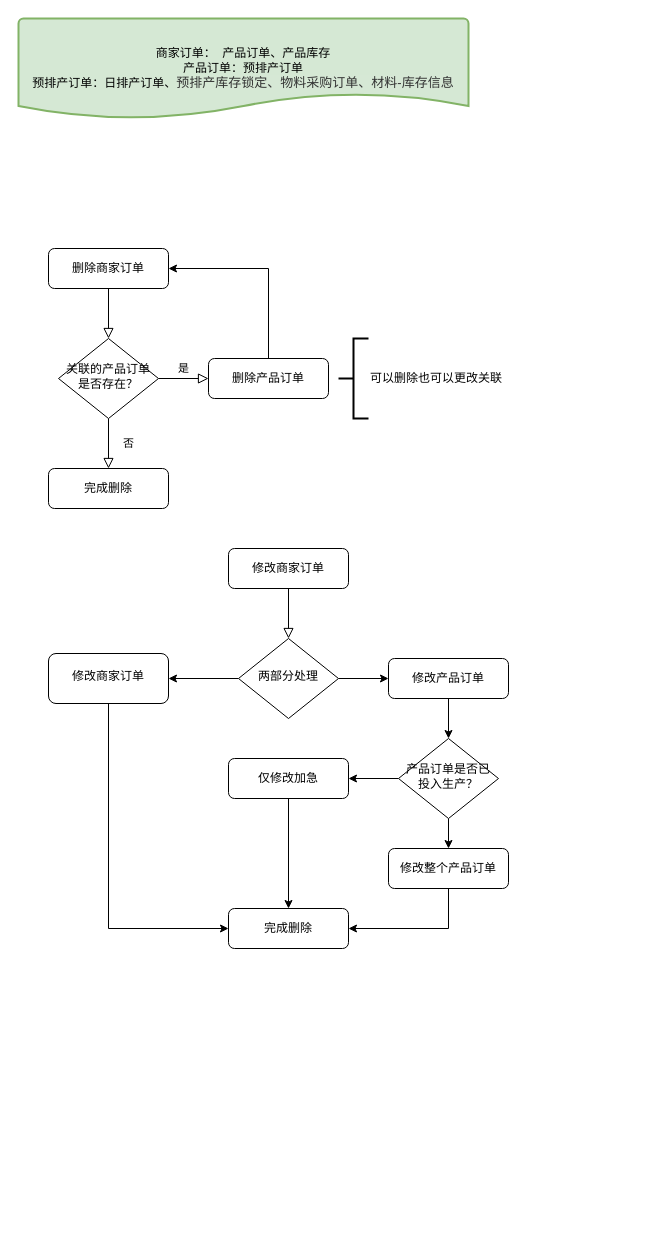
This is img/流程图.drawio from OldQi/first_rpo, a draw.io file, before an edit. Source tidied: cells renumbered, new cells numbered last; positions are measured from the earlier drawing's top-left corner, leaving out a move shared by most shapes. Both pictures are drawn from the tidied source at 100%, with x=0, y=0 at pixel (18, 18).
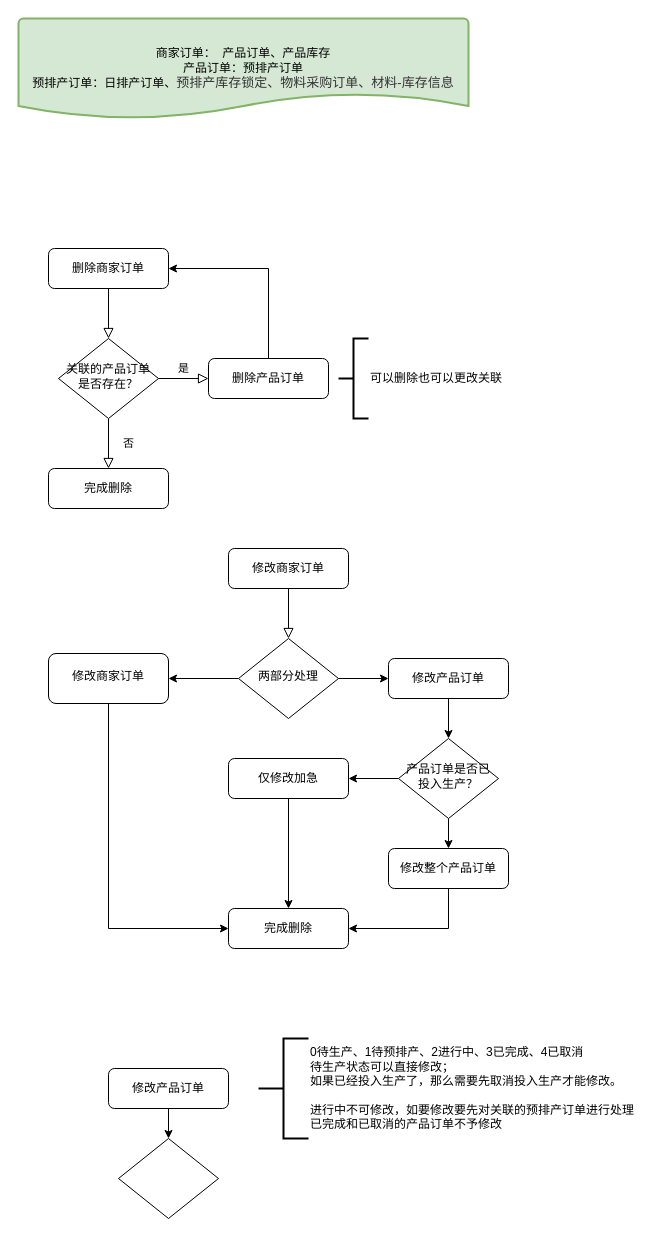
The same page after the edit.

Commit message:
更新流程图.drawio

Change to the diagram source:
```diff
@@
+    <mxCell id="29" style="edgeStyle=orthogonalEdgeStyle;rounded=0;jettySize=auto;html=1;entryX=0.5;entryY=0;entryDx=0;entryDy=0;" parent="1" edge="1" source="30" target="31">
+      <mxGeometry relative="1" as="geometry" />
+    </mxCell>
+    <mxCell id="30" value="修改产品订单" style="rounded=1;whiteSpace=wrap;html=1;fontSize=12;glass=0;strokeWidth=1;shadow=0;" parent="1" vertex="1">
+      <mxGeometry x="90" y="1050" width="120" height="40" as="geometry" />
+    </mxCell>
+    <mxCell id="31" style="rhombus;whiteSpace=wrap;html=1;shadow=0;fontFamily=Helvetica;fontSize=12;align=center;strokeWidth=1;spacing=6;spacingTop=-4;" parent="1" vertex="1">
+      <mxGeometry x="100" y="1120" width="100" height="80" as="geometry" />
+    </mxCell>
+    <mxCell id="32" value="0待生产、1待预排产、2进行中、3已完成、4已取消&lt;br&gt;待生产状态可以直接修改；&lt;br&gt;如果已经投入生产了，那么需要先取消投入生产才能修改。&lt;br&gt;&lt;br&gt;进行中不可修改，如要修改要先对关联的预排产订单进行处理&lt;br&gt;已完成和已取消的产品订单不予修改" style="strokeWidth=2;html=1;shape=mxgraph.flowchart.annotation_2;align=left;labelPosition=right;" parent="1" vertex="1">
+      <mxGeometry x="240" y="1020" width="50" height="100" as="geometry" />
+    </mxCell>
```
